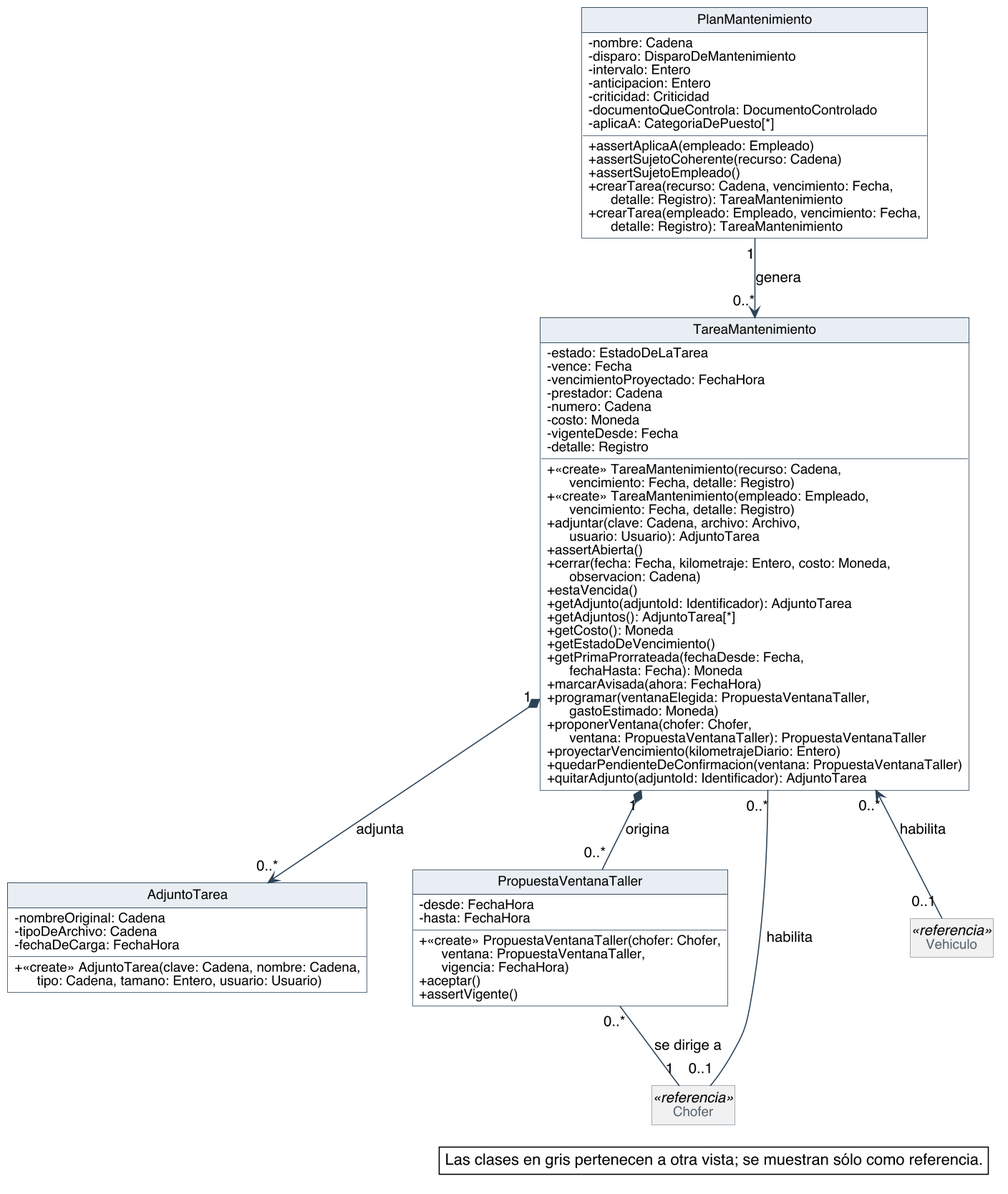
Nahuelito-Dev/splg-docs keeps this PlantUML diagram as diagramas/clases-diseno/DC_Mantenimiento.png. Above is the earlier version.
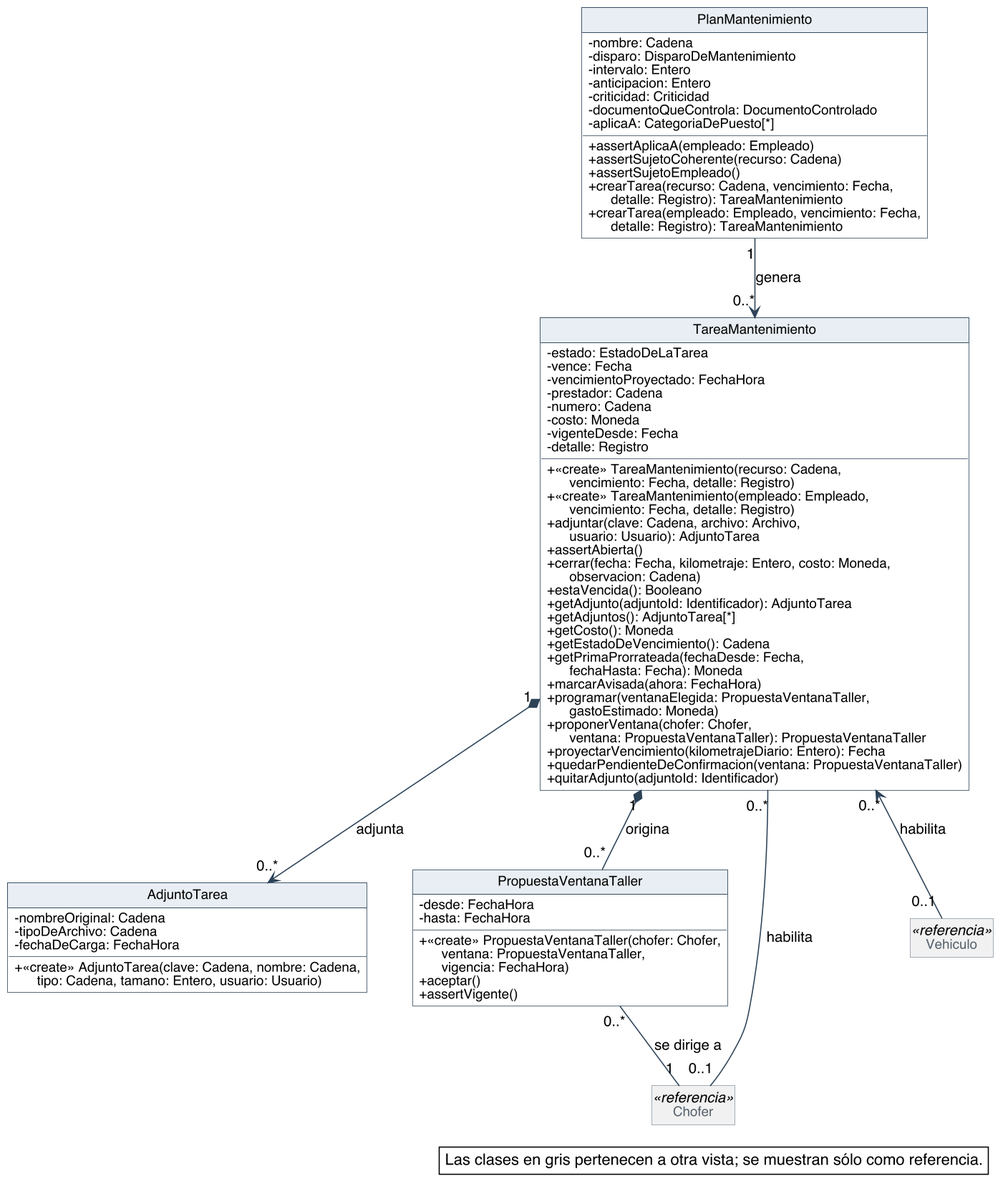
The same file after the commit.

The edit, as a diff of the source:
```diff
@@ -85,18 +85,18 @@
   + adjuntar(clave: Cadena, archivo: Archivo,\n      usuario: Usuario): AdjuntoTarea
   + assertAbierta()
   + cerrar(fecha: Fecha, kilometraje: Entero, costo: Moneda,\n      observacion: Cadena)
-  + estaVencida()
+  + estaVencida(): Booleano
   + getAdjunto(adjuntoId: Identificador): AdjuntoTarea
   + getAdjuntos(): AdjuntoTarea[*]
   + getCosto(): Moneda
-  + getEstadoDeVencimiento()
+  + getEstadoDeVencimiento(): Cadena
   + getPrimaProrrateada(fechaDesde: Fecha,\n      fechaHasta: Fecha): Moneda
   + marcarAvisada(ahora: FechaHora)
   + programar(ventanaElegida: PropuestaVentanaTaller,\n      gastoEstimado: Moneda)
   + proponerVentana(chofer: Chofer,\n      ventana: PropuestaVentanaTaller): PropuestaVentanaTaller
-  + proyectarVencimiento(kilometrajeDiario: Entero)
+  + proyectarVencimiento(kilometrajeDiario: Entero): Fecha
   + quedarPendienteDeConfirmacion(ventana: PropuestaVentanaTaller)
-  + quitarAdjunto(adjuntoId: Identificador): AdjuntoTarea
+  + quitarAdjunto(adjuntoId: Identificador)
 }
 class AdjuntoTarea {
   - nombreOriginal: Cadena
```
